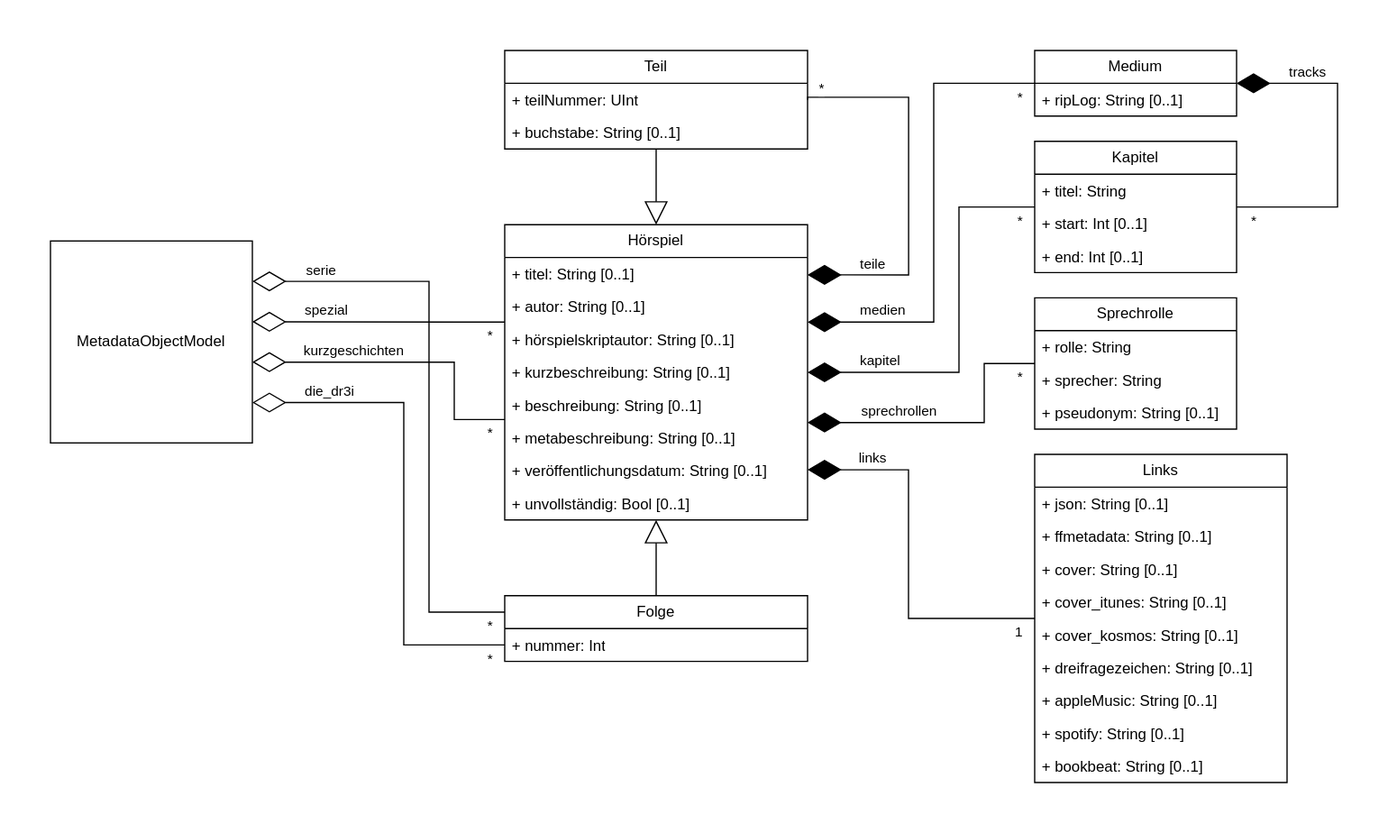
This is model/objectModel.svg from YourMJK/dreimetadaten, a draw.io export, as it was before one commit. Source tidied: cells renumbered, new cells last; positions are measured from the earlier drawing's top-left corner, leaving out a move shared by most shapes.
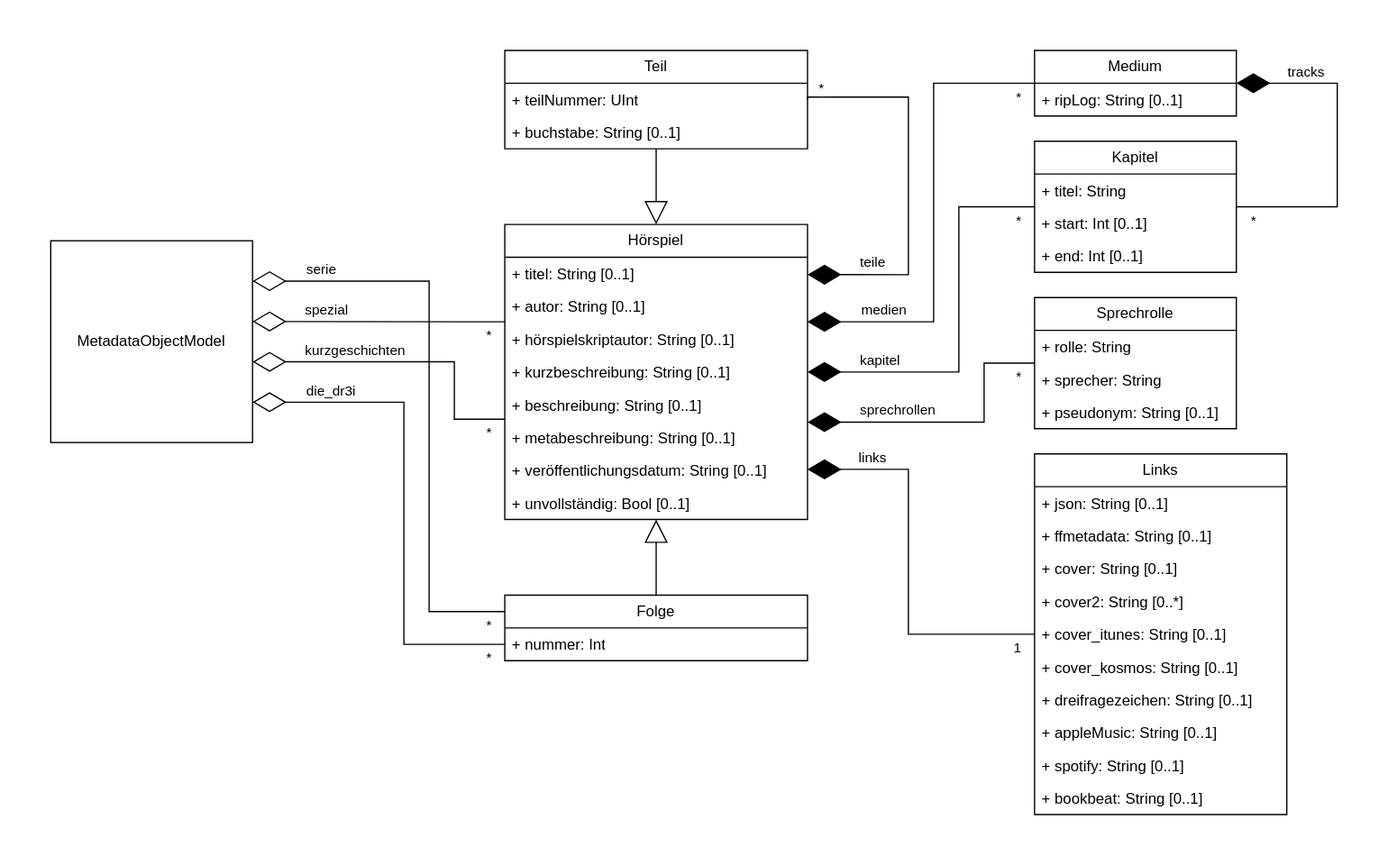
After the change.

Commit message:
code: Changed models to support multiple secondary cover images

Diff of the diagram source:
```diff
@@ -256,7 +256,7 @@
       <mxGeometry relative="1" as="geometry" />
     </mxCell>
     <mxCell id="59" value="Links" style="swimlane;fontStyle=0;horizontal=1;startSize=26;fillColor=none;whiteSpace=wrap;html=1;" parent="1" vertex="1">
-      <mxGeometry x="780" y="320" width="200" height="260" as="geometry" />
+      <mxGeometry x="780" y="320" width="200" height="286" as="geometry" />
     </mxCell>
     <mxCell id="60" value="+ json: String [0..1]" style="text;strokeColor=none;fillColor=none;align=left;verticalAlign=top;spacingLeft=4;spacingRight=4;overflow=hidden;whiteSpace=wrap;html=1;" parent="59" vertex="1">
       <mxGeometry y="26" width="200" height="26" as="geometry" />
@@ -267,23 +267,26 @@
     <mxCell id="62" value="+ cover: String [0..1]" style="text;strokeColor=none;fillColor=none;align=left;verticalAlign=top;spacingLeft=4;spacingRight=4;overflow=hidden;whiteSpace=wrap;html=1;" parent="59" vertex="1">
       <mxGeometry y="78" width="200" height="26" as="geometry" />
     </mxCell>
+    <mxCell id="69" value="+ cover2: String [0..*]" style="text;strokeColor=none;fillColor=none;align=left;verticalAlign=top;spacingLeft=4;spacingRight=4;overflow=hidden;whiteSpace=wrap;html=1;" parent="59" vertex="1">
+      <mxGeometry y="104" width="200" height="26" as="geometry" />
+    </mxCell>
     <mxCell id="63" value="+ cover_itunes: String [0..1]" style="text;strokeColor=none;fillColor=none;align=left;verticalAlign=top;spacingLeft=4;spacingRight=4;overflow=hidden;whiteSpace=wrap;html=1;" parent="59" vertex="1">
-      <mxGeometry y="104" width="200" height="26" as="geometry" />
+      <mxGeometry y="130" width="200" height="26" as="geometry" />
     </mxCell>
     <mxCell id="64" value="+ cover_kosmos: String [0..1]" style="text;strokeColor=none;fillColor=none;align=left;verticalAlign=top;spacingLeft=4;spacingRight=4;overflow=hidden;whiteSpace=wrap;html=1;" parent="59" vertex="1">
-      <mxGeometry y="130" width="200" height="26" as="geometry" />
+      <mxGeometry y="156" width="200" height="26" as="geometry" />
     </mxCell>
     <mxCell id="65" value="+ dreifragezeichen: String [0..1]" style="text;strokeColor=none;fillColor=none;align=left;verticalAlign=top;spacingLeft=4;spacingRight=4;overflow=hidden;whiteSpace=wrap;html=1;" parent="59" vertex="1">
-      <mxGeometry y="156" width="200" height="26" as="geometry" />
+      <mxGeometry y="182" width="200" height="26" as="geometry" />
     </mxCell>
     <mxCell id="66" value="+ appleMusic: String [0..1]" style="text;strokeColor=none;fillColor=none;align=left;verticalAlign=top;spacingLeft=4;spacingRight=4;overflow=hidden;whiteSpace=wrap;html=1;" parent="59" vertex="1">
-      <mxGeometry y="182" width="200" height="26" as="geometry" />
+      <mxGeometry y="208" width="200" height="26" as="geometry" />
     </mxCell>
     <mxCell id="67" value="+ spotify: String [0..1]" style="text;strokeColor=none;fillColor=none;align=left;verticalAlign=top;spacingLeft=4;spacingRight=4;overflow=hidden;whiteSpace=wrap;html=1;" parent="59" vertex="1">
-      <mxGeometry y="208" width="200" height="26" as="geometry" />
+      <mxGeometry y="234" width="200" height="26" as="geometry" />
     </mxCell>
     <mxCell id="68" value="+ bookbeat: String [0..1]" style="text;strokeColor=none;fillColor=none;align=left;verticalAlign=top;spacingLeft=4;spacingRight=4;overflow=hidden;whiteSpace=wrap;html=1;" parent="59" vertex="1">
-      <mxGeometry y="234" width="200" height="26" as="geometry" />
+      <mxGeometry y="260" width="200" height="26" as="geometry" />
     </mxCell>
   </root>
 </mxGraphModel>
```
